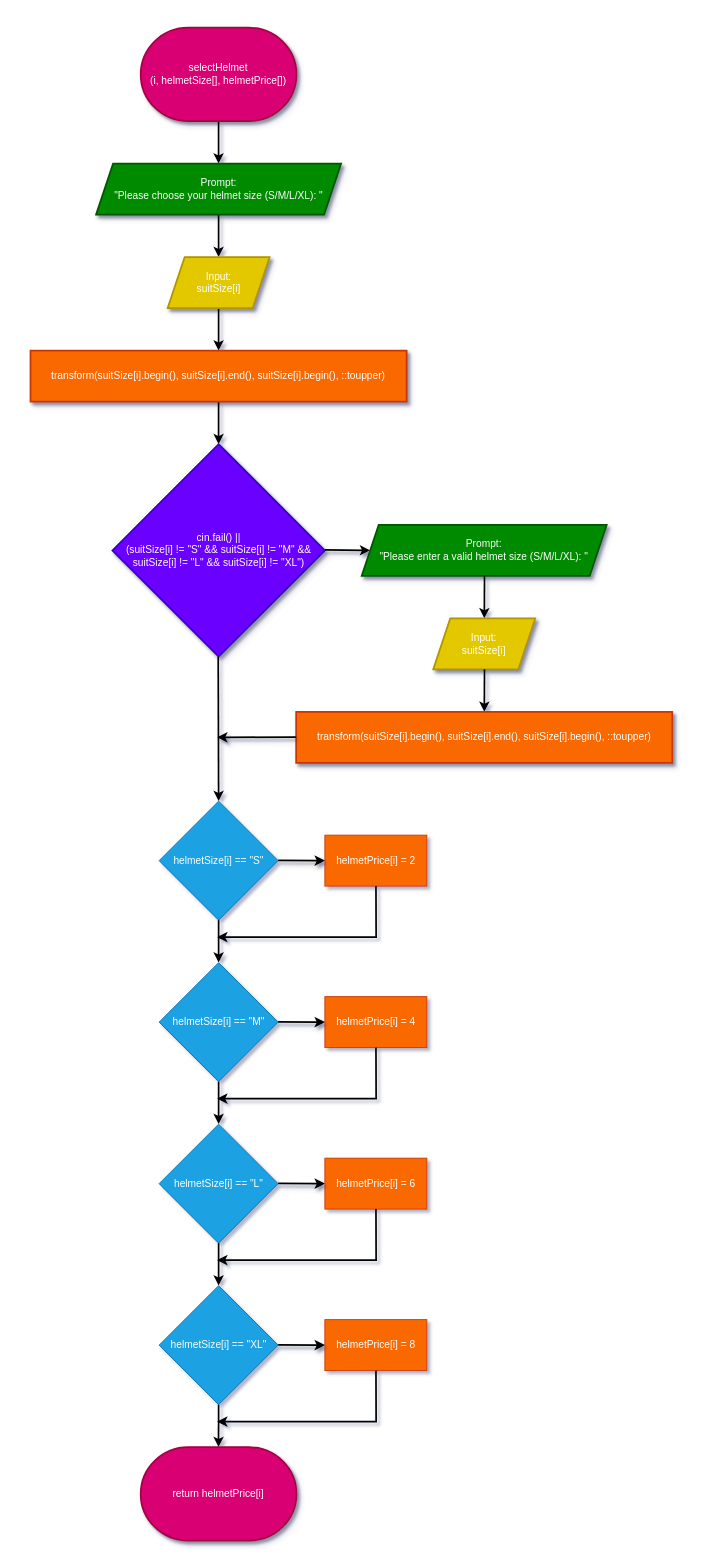
Above: Flowcharts (draw.io)/selectHelmet.drawio in shahxvi/csc126-group-project (draw.io), before the change. Source tidied: cells renumbered, new cells numbered last; positions are measured from the earlier drawing's top-left corner, leaving out a move shared by most shapes. Both pictures are drawn from the tidied source at 85%, with x=0, y=0 at pixel (30, 27).
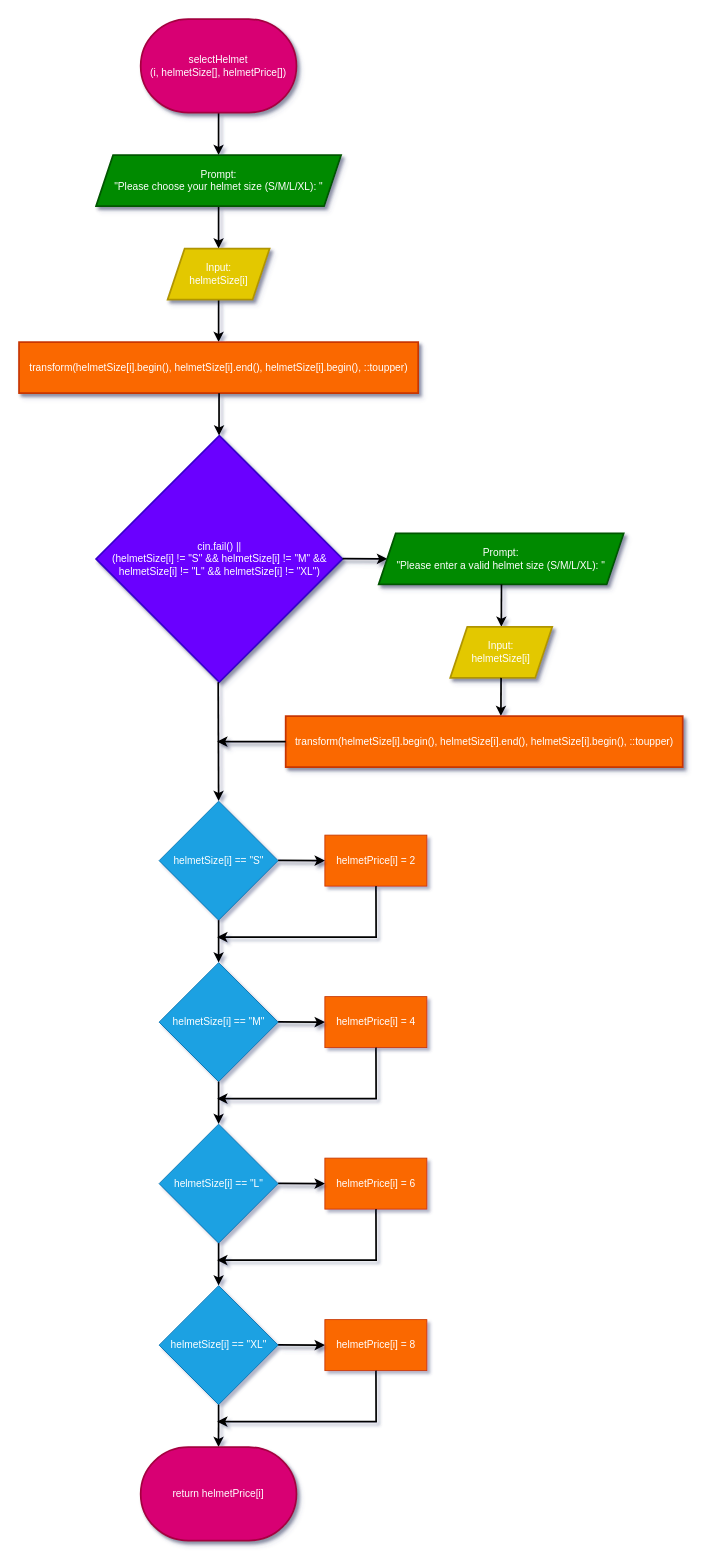
Above is the later version.

Unchanged cells that the change refers to:
```xml
<mxCell id="18" value="helmetSize[i] == &quot;S&quot;" style="rhombus;whiteSpace=wrap;html=1;fillColor=#1ba1e2;fontColor=#ffffff;strokeColor=#006EAF;" parent="1" vertex="1">
  <mxGeometry x="151.7" y="910" width="140" height="140" as="geometry" />
</mxCell>
```

The edit, as a diff of the source:
```diff
@@
     <mxCell id="3" value="selectHelmet&lt;br&gt;(i, helmetSize[], helmetPrice[])" style="strokeWidth=2;html=1;shape=mxgraph.flowchart.terminator;whiteSpace=wrap;fillColor=#d80073;strokeColor=#A50040;shadow=1;fontColor=#ffffff;" parent="1" vertex="1">
-      <mxGeometry x="130" width="183.3" height="110" as="geometry" />
+      <mxGeometry x="130" y="-10" width="183.3" height="110" as="geometry" />
     </mxCell>
@@
     <mxCell id="5" value="&lt;span style=&quot;color: rgb(255, 255, 255);&quot;&gt;Prompt:&lt;/span&gt;&lt;br&gt;&lt;span style=&quot;color: rgb(255, 255, 255);&quot;&gt;&quot;Please choose your helmet size (S/M/L/XL): &quot;&lt;/span&gt;" style="shape=parallelogram;perimeter=parallelogramPerimeter;whiteSpace=wrap;html=1;fixedSize=1;fillColor=#008a00;strokeColor=#005700;fontColor=#ffffff;strokeWidth=2;shadow=1;" parent="1" vertex="1">
-      <mxGeometry x="77.5" y="160" width="288.3" height="60" as="geometry" />
+      <mxGeometry x="77.5" y="150" width="288.3" height="60" as="geometry" />
     </mxCell>
@@
-    <mxCell id="7" value="Input:&lt;br&gt;suitSize[i]" style="shape=parallelogram;perimeter=parallelogramPerimeter;whiteSpace=wrap;html=1;fixedSize=1;fillColor=#e3c800;strokeColor=#B09500;fontColor=#FFFFFF;strokeWidth=2;shadow=1;labelBackgroundColor=none;labelBorderColor=none;textShadow=0;" parent="1" vertex="1">
-      <mxGeometry x="161.7" y="270" width="120" height="60" as="geometry" />
+    <mxCell id="7" value="Input:&lt;br&gt;helmetSize[i]" style="shape=parallelogram;perimeter=parallelogramPerimeter;whiteSpace=wrap;html=1;fixedSize=1;fillColor=#e3c800;strokeColor=#B09500;fontColor=#FFFFFF;strokeWidth=2;shadow=1;labelBackgroundColor=none;labelBorderColor=none;textShadow=0;" parent="1" vertex="1">
+      <mxGeometry x="161.7" y="260" width="120" height="60" as="geometry" />
     </mxCell>
-    <mxCell id="8" style="edgeStyle=none;html=1;strokeWidth=2;" parent="1" edge="1" source="9" target="10">
-      <mxGeometry relative="1" as="geometry" />
-    </mxCell>
-    <mxCell id="9" value="&lt;div style=&quot;text-align: start;&quot;&gt;&lt;font style=&quot;color: rgb(255, 255, 255);&quot;&gt;&lt;font style=&quot;&quot; face=&quot;monospace&quot;&gt;&lt;span style=&quot;font-size: 0px; white-space-collapse: collapse;&quot;&gt;&lt;span style=&quot;white-space: pre;&quot;&gt;&#9;&lt;/span&gt;std::transform(suitSize[i].begin(), suitSize[i].end(), suitSize[i].begin(), ::toupper)&lt;/span&gt;&lt;/font&gt;transform(suitSize[i].begin(), suitSize[i].end(), suitSize[i].begin(), ::toupper)&lt;/font&gt;&lt;/div&gt;" style="whiteSpace=wrap;html=1;fillColor=#fa6800;strokeColor=#C73500;fontColor=#000000;strokeWidth=2;shadow=1;labelBackgroundColor=none;labelBorderColor=none;" parent="1" vertex="1">
-      <mxGeometry x="0.4" y="380" width="442.5" height="60" as="geometry" />
+    <mxCell id="9" value="&lt;div style=&quot;text-align: start;&quot;&gt;&lt;font style=&quot;color: rgb(255, 255, 255);&quot;&gt;&lt;font style=&quot;&quot; face=&quot;monospace&quot;&gt;&lt;span style=&quot;font-size: 0px; white-space-collapse: collapse;&quot;&gt;&lt;span style=&quot;white-space: pre;&quot;&gt;&#9;&lt;/span&gt;std::transform(suitSize[i].begin(), suitSize[i].end(), suitSize[i].begin(), ::toupper)&lt;/span&gt;&lt;/font&gt;transform(helmetSize[i].begin(),&amp;nbsp;&lt;span style=&quot;color: rgb(255, 255, 255);&quot;&gt;helmetSize&lt;/span&gt;[i].end(),&amp;nbsp;&lt;span style=&quot;color: rgb(255, 255, 255);&quot;&gt;helmetSize&lt;/span&gt;[i].begin(), ::toupper)&lt;/font&gt;&lt;/div&gt;" style="whiteSpace=wrap;html=1;fillColor=#fa6800;strokeColor=#C73500;fontColor=#000000;strokeWidth=2;shadow=1;labelBackgroundColor=none;labelBorderColor=none;" parent="1" vertex="1">
+      <mxGeometry x="-13.1" y="370" width="469.6" height="60" as="geometry" />
     </mxCell>
-    <mxCell id="10" value="&lt;span style=&quot;color: rgb(255, 255, 255);&quot;&gt;cin.fail() ||&lt;/span&gt;&lt;br&gt;&lt;span style=&quot;color: rgb(255, 255, 255);&quot;&gt;(suitSize[i] != &quot;S&quot; &amp;amp;&amp;amp; suitSize[i] != &quot;M&quot; &amp;amp;&amp;amp; suitSize[i] != &quot;L&quot; &amp;amp;&amp;amp; suitSize[i] != &quot;XL&quot;)&lt;/span&gt;" style="rhombus;whiteSpace=wrap;html=1;fillColor=#6a00ff;strokeColor=#3700CC;fontColor=#ffffff;strokeWidth=2;shadow=1;labelBackgroundColor=none;labelBorderColor=none;" parent="1" vertex="1">
-      <mxGeometry x="96.7" y="490" width="250" height="250" as="geometry" />
+    <mxCell id="10" value="&lt;span style=&quot;color: rgb(255, 255, 255);&quot;&gt;cin.fail() ||&lt;/span&gt;&lt;br&gt;&lt;span style=&quot;color: rgb(255, 255, 255);&quot;&gt;(helmetSize[i] != &quot;S&quot; &amp;amp;&amp;amp; helmetSize[i] != &quot;M&quot; &amp;amp;&amp;amp; helmetSize[i] != &quot;L&quot; &amp;amp;&amp;amp; helmetSize[i] != &quot;XL&quot;)&lt;/span&gt;" style="rhombus;whiteSpace=wrap;html=1;fillColor=#6a00ff;strokeColor=#3700CC;fontColor=#ffffff;strokeWidth=2;shadow=1;labelBackgroundColor=none;labelBorderColor=none;" parent="1" vertex="1">
+      <mxGeometry x="77.5" y="480" width="290" height="290" as="geometry" />
     </mxCell>
     <mxCell id="11" style="edgeStyle=none;html=1;strokeWidth=2;shadow=1;entryX=0;entryY=0.5;entryDx=0;entryDy=0;" parent="1" edge="1" target="12">
       <mxGeometry relative="1" as="geometry">
-        <mxPoint x="346.7" y="614.5" as="sourcePoint" />
+        <mxPoint x="367.5" y="624.8" as="sourcePoint" />
       </mxGeometry>
     </mxCell>
     <mxCell id="12" value="&lt;span style=&quot;color: rgb(255, 255, 255);&quot;&gt;Prompt:&lt;/span&gt;&lt;br&gt;&lt;span style=&quot;color: rgb(255, 255, 255);&quot;&gt;&quot;Please enter a valid helmet size (S/M/L/XL): &quot;&lt;/span&gt;" style="shape=parallelogram;perimeter=parallelogramPerimeter;whiteSpace=wrap;html=1;fixedSize=1;fillColor=#008a00;strokeColor=#005700;fontColor=#ffffff;strokeWidth=2;shadow=1;" parent="1" vertex="1">
-      <mxGeometry x="390" y="585" width="288.3" height="60" as="geometry" />
+      <mxGeometry x="410" y="595" width="288.3" height="60" as="geometry" />
     </mxCell>
     <mxCell id="13" style="edgeStyle=none;html=1;strokeWidth=2;" parent="1" edge="1" target="14">
       <mxGeometry relative="1" as="geometry">
-        <mxPoint x="534.5" y="645" as="sourcePoint" />
+        <mxPoint x="554.5" y="655" as="sourcePoint" />
       </mxGeometry>
     </mxCell>
-    <mxCell id="14" value="Input:&lt;br&gt;suitSize[i]" style="shape=parallelogram;perimeter=parallelogramPerimeter;whiteSpace=wrap;html=1;fixedSize=1;fillColor=#e3c800;strokeColor=#B09500;fontColor=#FFFFFF;strokeWidth=2;shadow=1;labelBackgroundColor=none;labelBorderColor=none;textShadow=0;" parent="1" vertex="1">
-      <mxGeometry x="474.2" y="695" width="120" height="60" as="geometry" />
+    <mxCell id="14" value="Input:&lt;br&gt;helmetSize[i]" style="shape=parallelogram;perimeter=parallelogramPerimeter;whiteSpace=wrap;html=1;fixedSize=1;fillColor=#e3c800;strokeColor=#B09500;fontColor=#FFFFFF;strokeWidth=2;shadow=1;labelBackgroundColor=none;labelBorderColor=none;textShadow=0;" parent="1" vertex="1">
+      <mxGeometry x="494.2" y="705" width="120" height="60" as="geometry" />
     </mxCell>
-    <mxCell id="15" style="edgeStyle=none;html=1;strokeWidth=2;" parent="1" edge="1" target="16">
+    <mxCell id="15" style="edgeStyle=none;html=1;strokeWidth=2;" parent="1" edge="1">
       <mxGeometry relative="1" as="geometry">
-        <mxPoint x="534.5" y="755" as="sourcePoint" />
+        <mxPoint x="554" y="765" as="sourcePoint" />
+        <mxPoint x="553.8" y="810" as="targetPoint" />
       </mxGeometry>
     </mxCell>
-    <mxCell id="16" value="&lt;div style=&quot;text-align: start;&quot;&gt;&lt;font style=&quot;color: rgb(255, 255, 255);&quot;&gt;&lt;font style=&quot;&quot; face=&quot;monospace&quot;&gt;&lt;span style=&quot;font-size: 0px; white-space-collapse: collapse;&quot;&gt;&lt;span style=&quot;white-space: pre;&quot;&gt;&#9;&lt;/span&gt;std::transform(suitSize[i].begin(), suitSize[i].end(), suitSize[i].begin(), ::toupper)&lt;/span&gt;&lt;/font&gt;transform(suitSize[i].begin(), suitSize[i].end(), suitSize[i].begin(), ::toupper)&lt;/font&gt;&lt;/div&gt;" style="whiteSpace=wrap;html=1;fillColor=#fa6800;strokeColor=#C73500;fontColor=#000000;strokeWidth=2;shadow=1;labelBackgroundColor=none;labelBorderColor=none;" parent="1" vertex="1">
-      <mxGeometry x="312.9" y="805" width="442.5" height="60" as="geometry" />
+    <mxCell id="16" value="&lt;div style=&quot;text-align: start;&quot;&gt;&lt;font face=&quot;monospace&quot;&gt;&lt;span style=&quot;font-size: 0px;&quot;&gt;&lt;span style=&quot;white-space: pre;&quot;&gt;&#9;&lt;/span&gt;std::transform(suitSize[i].begin(), suitSize[i].end(), suitSize[i].begin(), ::toupper)&lt;/span&gt;&lt;/font&gt;&lt;span style=&quot;color: rgb(255, 255, 255);&quot;&gt;transform(helmetSize[i].begin(),&amp;nbsp;&lt;/span&gt;&lt;span style=&quot;color: rgb(255, 255, 255);&quot;&gt;helmetSize&lt;/span&gt;&lt;span style=&quot;color: rgb(255, 255, 255);&quot;&gt;[i].end(),&amp;nbsp;&lt;/span&gt;&lt;span style=&quot;color: rgb(255, 255, 255);&quot;&gt;helmetSize&lt;/span&gt;&lt;span style=&quot;color: rgb(255, 255, 255);&quot;&gt;[i].begin(), ::toupper)&lt;/span&gt;&lt;/div&gt;" style="whiteSpace=wrap;html=1;fillColor=#fa6800;strokeColor=#C73500;fontColor=#000000;strokeWidth=2;shadow=1;labelBackgroundColor=none;labelBorderColor=none;" parent="1" vertex="1">
+      <mxGeometry x="300.6" y="810" width="467.1" height="60" as="geometry" />
     </mxCell>
     <mxCell id="17" style="edgeStyle=none;html=1;strokeWidth=2;entryX=0.5;entryY=0;entryDx=0;entryDy=0;" parent="1" edge="1" target="18">
       <mxGeometry relative="1" as="geometry">
-        <mxPoint x="221.2" y="740" as="sourcePoint" />
+        <mxPoint x="221.2" y="770" as="sourcePoint" />
       </mxGeometry>
     </mxCell>
@@
-    <mxCell id="19" style="edgeStyle=none;html=1;strokeWidth=2;shadow=1;" parent="1" edge="1">
+    <mxCell id="19" style="edgeStyle=none;html=1;strokeWidth=2;shadow=1;exitX=0;exitY=0.5;exitDx=0;exitDy=0;" parent="1" edge="1" source="16">
       <mxGeometry relative="1" as="geometry">
-        <mxPoint x="312.9" y="834.7" as="sourcePoint" />
-        <mxPoint x="220" y="835" as="targetPoint" />
+        <mxPoint x="220" y="840" as="targetPoint" />
       </mxGeometry>
     </mxCell>
@@
+    <mxCell id="40" style="edgeStyle=none;html=1;strokeWidth=2;" parent="1" edge="1">
+      <mxGeometry relative="1" as="geometry">
+        <mxPoint x="222.2" y="430" as="sourcePoint" />
+        <mxPoint x="222.2" y="480" as="targetPoint" />
+      </mxGeometry>
+    </mxCell>
```
